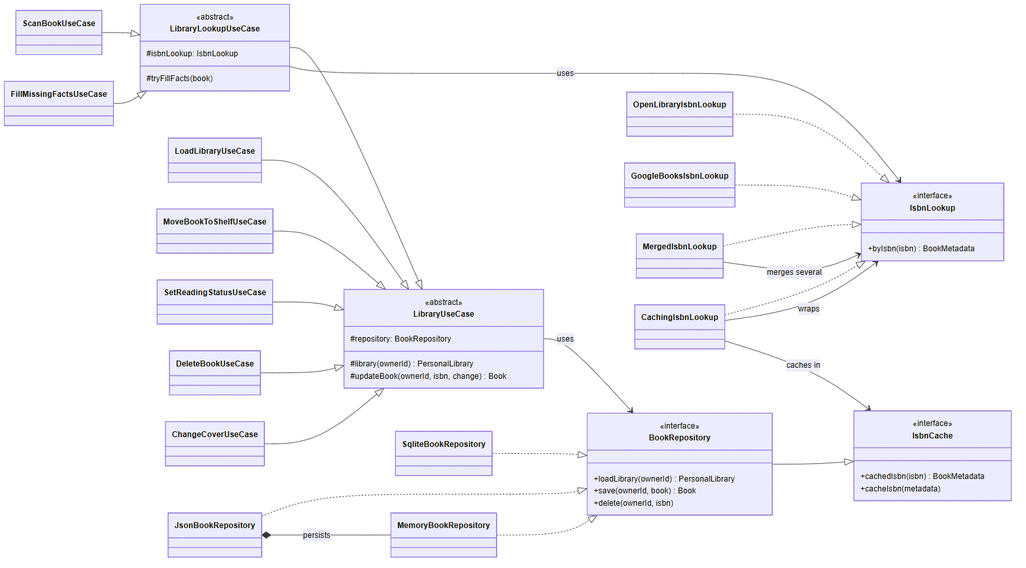
Earlier version of the Mermaid export docs/design/figures/class-service-data.png (ghechavarria/cen5064-project-hechavarria). Its source is kept beside it as docs/design/diagrams/class-service-data.mmd. Its diagram source:
```mermaid
classDiagram
    direction LR
    class LibraryUseCase {
        <<abstract>>
        #repository: BookRepository
        #library(ownerId) PersonalLibrary
        #updateBook(ownerId, isbn, change) Book
    }
    class LibraryLookupUseCase {
        <<abstract>>
        #isbnLookup: IsbnLookup
        #tryFillFacts(book)
    }
    LoadLibraryUseCase --|> LibraryUseCase
    MoveBookToShelfUseCase --|> LibraryUseCase
    SetReadingStatusUseCase --|> LibraryUseCase
    DeleteBookUseCase --|> LibraryUseCase
    ChangeCoverUseCase --|> LibraryUseCase
    LibraryLookupUseCase --|> LibraryUseCase
    ScanBookUseCase --|> LibraryLookupUseCase
    FillMissingFactsUseCase --|> LibraryLookupUseCase

    class IsbnCache {
        <<interface>>
        +cachedIsbn(isbn) BookMetadata
        +cacheIsbn(metadata)
    }
    class BookRepository {
        <<interface>>
        +loadLibrary(ownerId) PersonalLibrary
        +save(ownerId, book) Book
        +delete(ownerId, isbn)
    }
    class IsbnLookup {
        <<interface>>
        +byIsbn(isbn) BookMetadata
    }
    BookRepository --|> IsbnCache
    LibraryUseCase --> BookRepository : uses
    LibraryLookupUseCase --> IsbnLookup : uses
    MemoryBookRepository ..|> BookRepository
    JsonBookRepository ..|> BookRepository
    SqliteBookRepository ..|> BookRepository
    JsonBookRepository *-- MemoryBookRepository : persists
    OpenLibraryIsbnLookup ..|> IsbnLookup
    GoogleBooksIsbnLookup ..|> IsbnLookup
    MergedIsbnLookup ..|> IsbnLookup
    MergedIsbnLookup --> IsbnLookup : merges several
    CachingIsbnLookup ..|> IsbnLookup
    CachingIsbnLookup --> IsbnLookup : wraps
    CachingIsbnLookup --> IsbnCache : caches in
```
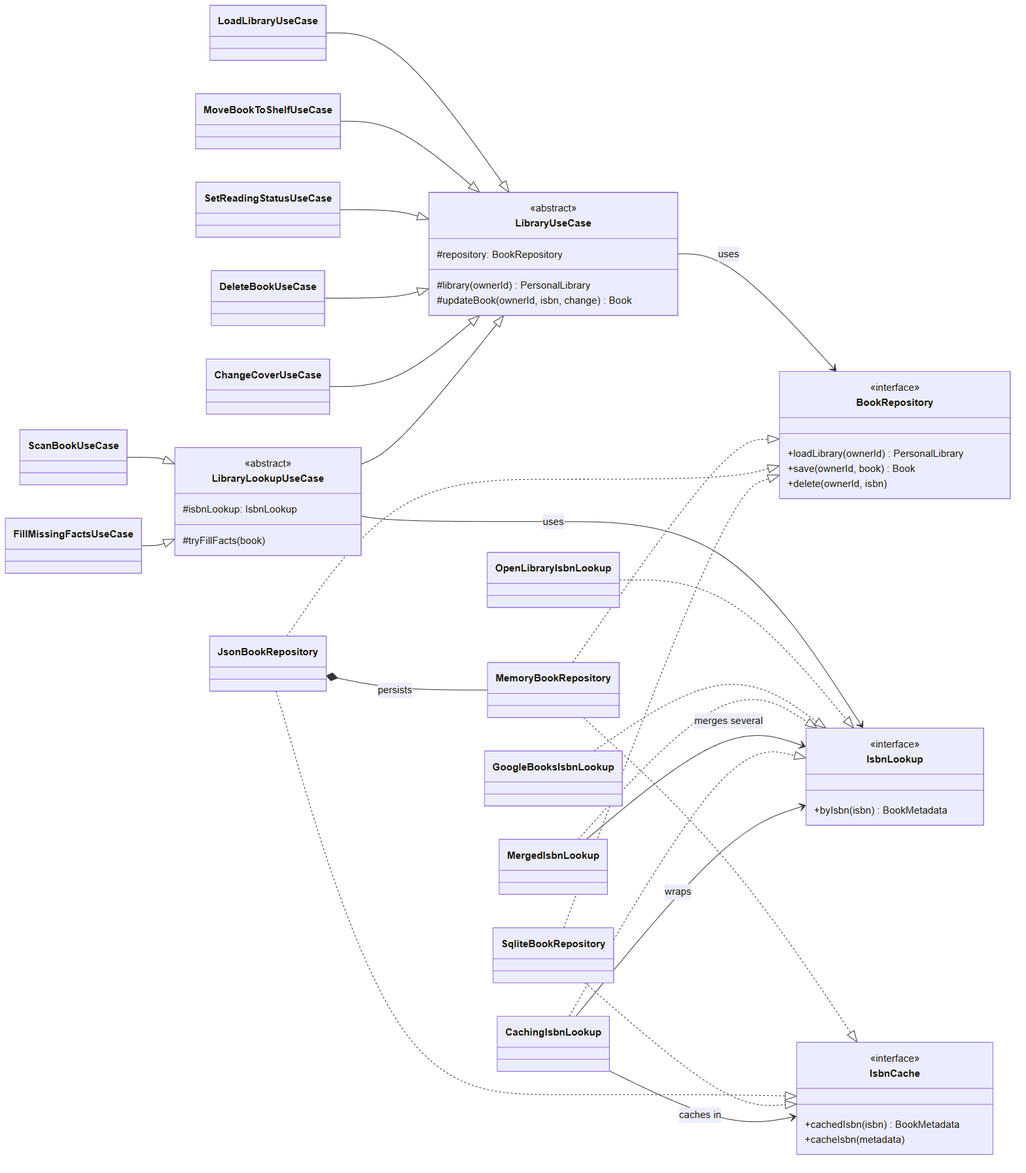
The same diagram one commit later.

The edit, as a diff of the source:
```diff
@@ -35,7 +35,9 @@
         <<interface>>
         +byIsbn(isbn) BookMetadata
     }
-    BookRepository --|> IsbnCache
+    MemoryBookRepository ..|> IsbnCache
+    JsonBookRepository ..|> IsbnCache
+    SqliteBookRepository ..|> IsbnCache
     LibraryUseCase --> BookRepository : uses
     LibraryLookupUseCase --> IsbnLookup : uses
     MemoryBookRepository ..|> BookRepository
```
